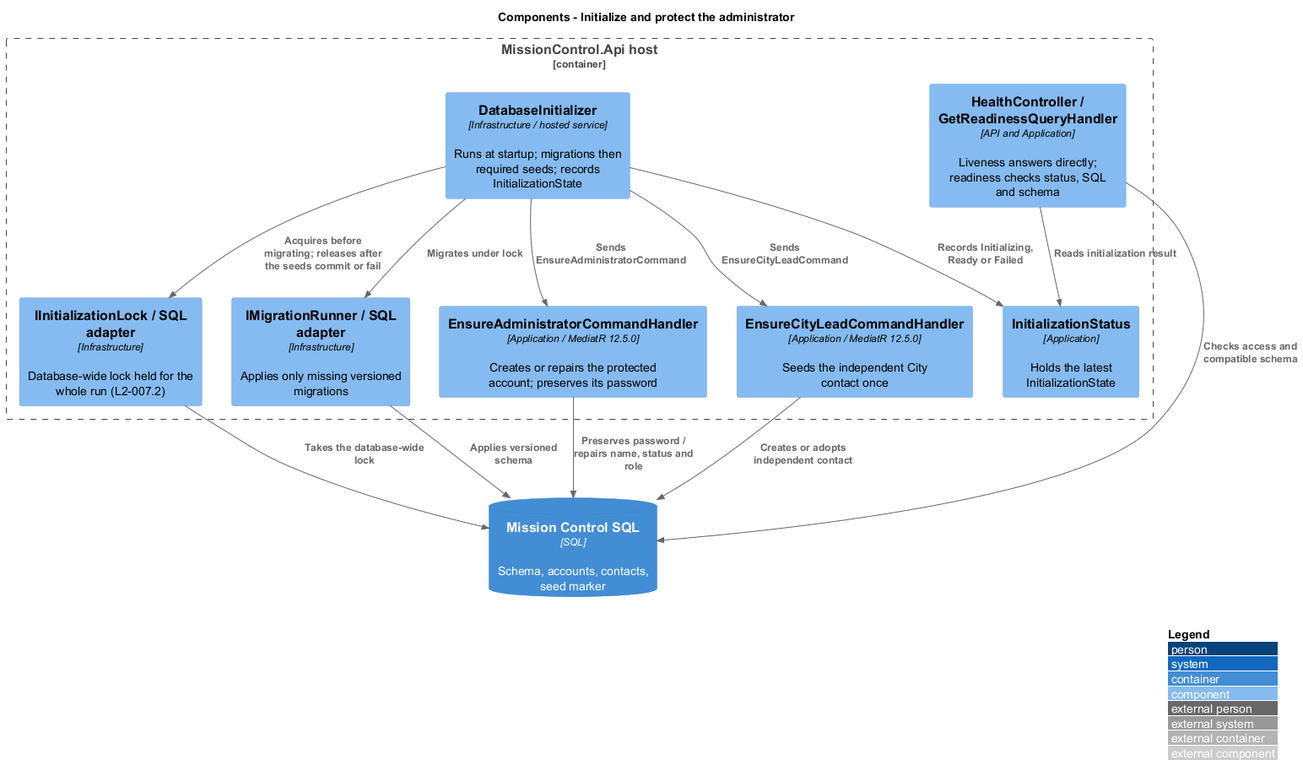
The PlantUML diagram docs/detailed-designs/identity/initialize-administrator/diagrams/c4-component.png in QuinntyneBrown/mission-control, before a commit.
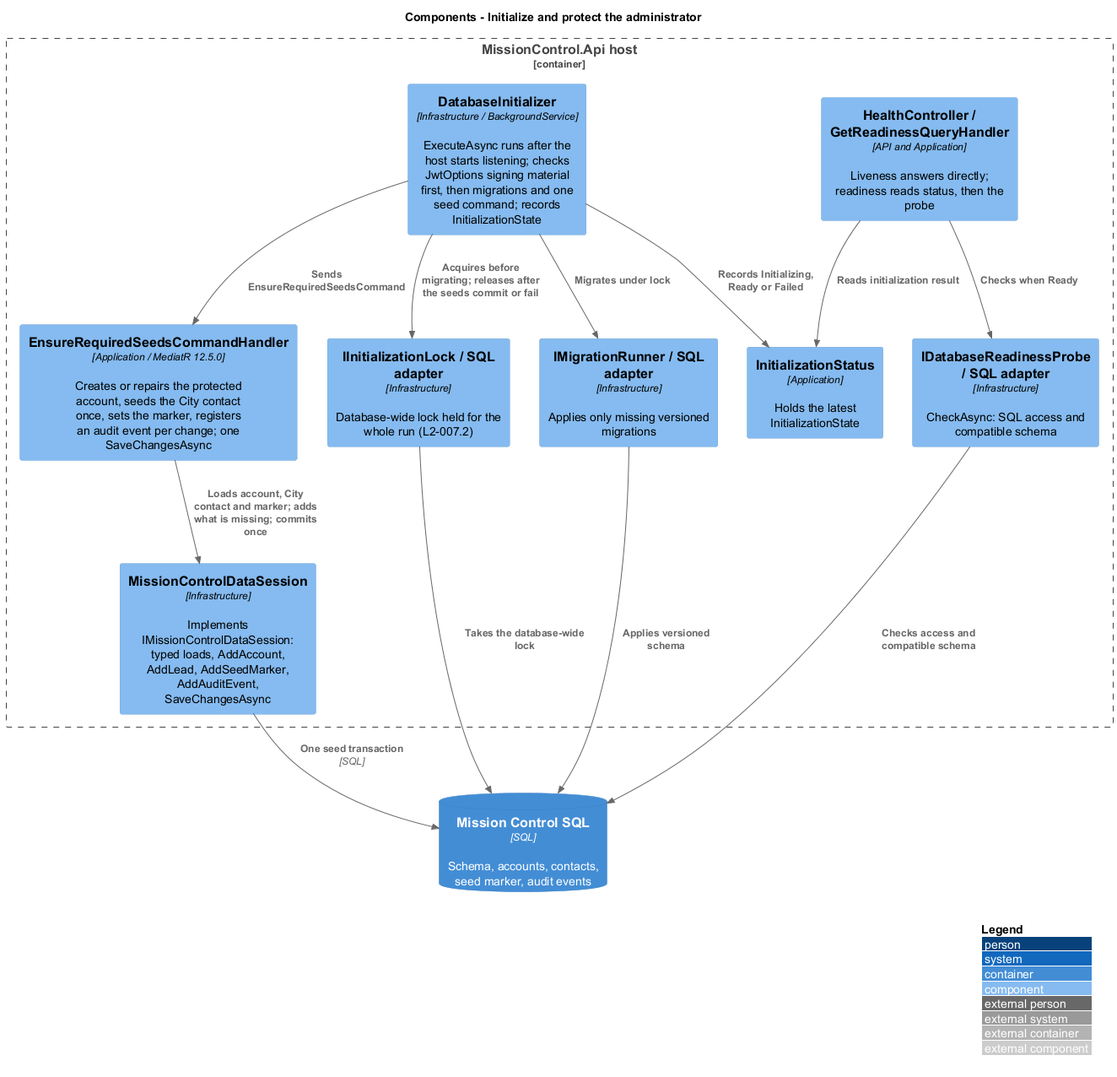
Later version of the same file.

Change to the diagram source:
```diff
@@ -3,24 +3,25 @@
 LAYOUT_WITH_LEGEND()
 title Components - Initialize and protect the administrator
 Container_Boundary(runtime, "MissionControl.Api host") {
-  Component(init, "DatabaseInitializer", "Infrastructure / hosted service", "Runs at startup; migrations then required seeds; records InitializationState")
+  Component(init, "DatabaseInitializer", "Infrastructure / BackgroundService", "ExecuteAsync runs after the host starts listening; checks JwtOptions signing material first, then migrations and one seed command; records InitializationState")
   Component(lock, "IInitializationLock / SQL adapter", "Infrastructure", "Database-wide lock held for the whole run (L2-007.2)")
   Component(migrations, "IMigrationRunner / SQL adapter", "Infrastructure", "Applies only missing versioned migrations")
-  Component(admin, "EnsureAdministratorCommandHandler", "Application / MediatR 12.5.0", "Creates or repairs the protected account; preserves its password")
-  Component(city, "EnsureCityLeadCommandHandler", "Application / MediatR 12.5.0", "Seeds the independent City contact once")
+  Component(seeds, "EnsureRequiredSeedsCommandHandler", "Application / MediatR 12.5.0", "Creates or repairs the protected account, seeds the City contact once, sets the marker, registers an audit event per change; one SaveChangesAsync")
+  Component(store, "MissionControlDataSession", "Infrastructure", "Implements IMissionControlDataSession: typed loads, AddAccount, AddLead, AddSeedMarker, AddAuditEvent, SaveChangesAsync")
   Component(status, "InitializationStatus", "Application", "Holds the latest InitializationState")
-  Component(health, "HealthController / GetReadinessQueryHandler", "API and Application", "Liveness answers directly; readiness checks status, SQL and schema")
+  Component(health, "HealthController / GetReadinessQueryHandler", "API and Application", "Liveness answers directly; readiness reads status, then the probe")
+  Component(probe, "IDatabaseReadinessProbe / SQL adapter", "Infrastructure", "CheckAsync: SQL access and compatible schema")
 }
-ContainerDb(db, "Mission Control SQL", "SQL", "Schema, accounts, contacts, seed marker")
+ContainerDb(db, "Mission Control SQL", "SQL", "Schema, accounts, contacts, seed marker, audit events")
 Rel(init, lock, "Acquires before migrating; releases after the seeds commit or fail")
 Rel(init, migrations, "Migrates under lock")
-Rel(init, admin, "Sends EnsureAdministratorCommand")
-Rel(init, city, "Sends EnsureCityLeadCommand")
+Rel(init, seeds, "Sends EnsureRequiredSeedsCommand")
 Rel(init, status, "Records Initializing, Ready or Failed")
+Rel(seeds, store, "Loads account, City contact and marker; adds what is missing; commits once")
 Rel(lock, db, "Takes the database-wide lock")
 Rel(migrations, db, "Applies versioned schema")
-Rel(admin, db, "Preserves password / repairs name, status and role")
-Rel(city, db, "Creates or adopts independent contact")
+Rel(store, db, "One seed transaction", "SQL")
 Rel(health, status, "Reads initialization result")
-Rel(health, db, "Checks access and compatible schema")
+Rel(health, probe, "Checks when Ready")
+Rel(probe, db, "Checks access and compatible schema")
 @enduml
```
